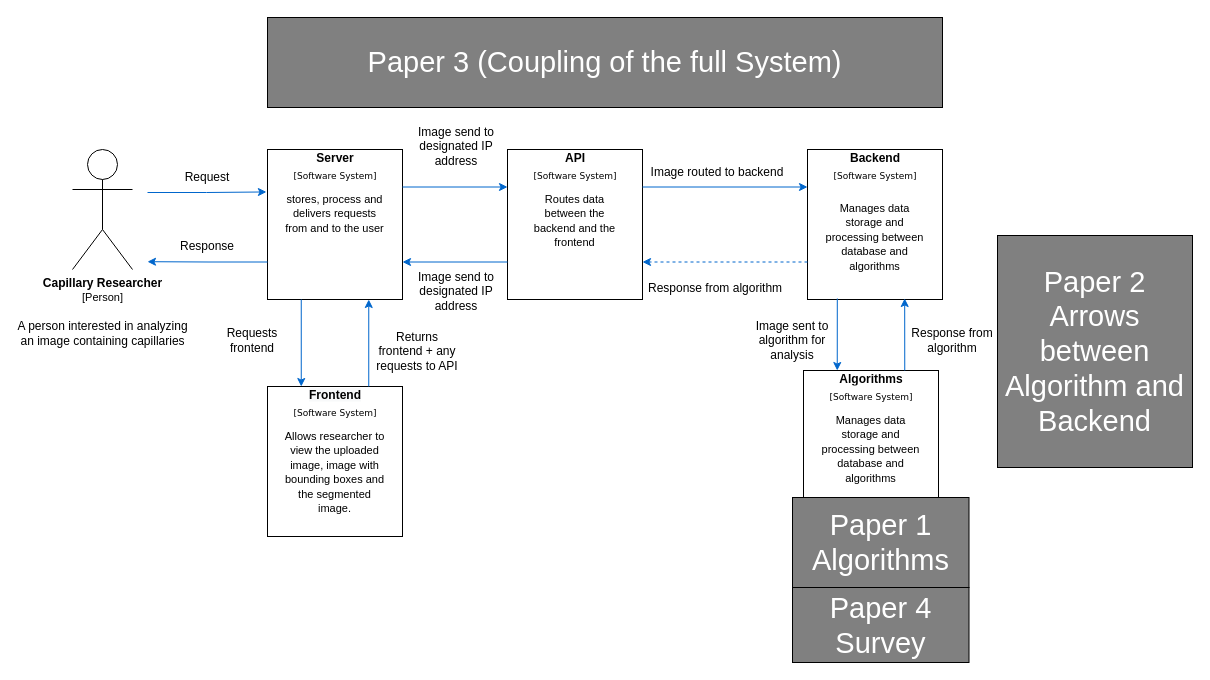
Before: page "SystemContext" (1 of 6) of diagram/paper4.drawio in magedhelmy1/capillarydetection, a draw.io diagram. Source tidied: cells renumbered, new cells numbered last; positions are measured from the earlier drawing's top-left corner, leaving out a move shared by most shapes. Both pictures are drawn from the tidied source at 100%, with x=0, y=0 at pixel (72, 17).
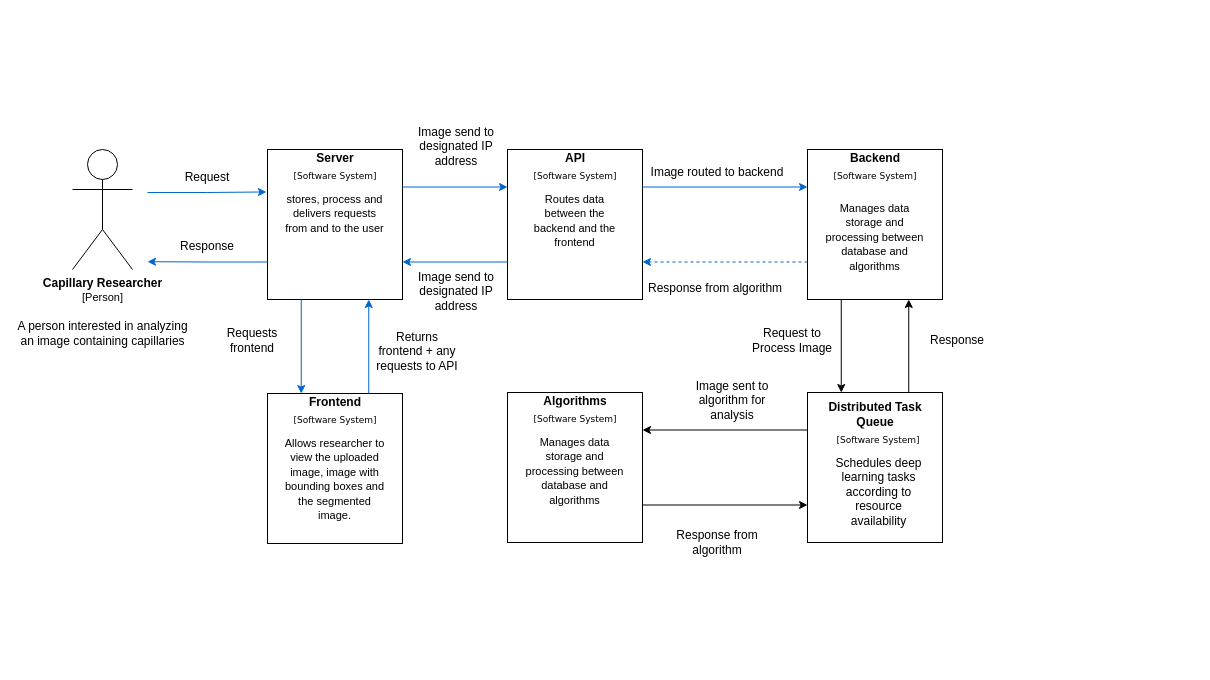
Above is the later version.

Unchanged cells that the change refers to:
```xml
<mxCell id="15" style="rounded=0;whiteSpace=wrap;html=1;" parent="14" vertex="1">
  <mxGeometry x="60" width="135" height="150" as="geometry" />
</mxCell>
<mxCell id="22" style="rounded=0;whiteSpace=wrap;html=1;" parent="21" vertex="1">
  <mxGeometry width="135" height="150" as="geometry" />
</mxCell>
```

Diff of the diagram source:
```diff
@@
     <mxCell id="3" style="group;" parent="1" vertex="1">
-      <mxGeometry x="195" y="369" width="135" height="150" as="geometry" />
+      <mxGeometry x="195" y="376" width="135" height="150" as="geometry" />
     </mxCell>
@@
     <mxCell id="21" style="group;fillColor=#dae8fc;strokeColor=#6c8ebf;" parent="1" vertex="1">
-      <mxGeometry x="731" y="353" width="135" height="150" as="geometry" />
+      <mxGeometry x="435" y="375" width="135" height="150" as="geometry" />
     </mxCell>
@@
     <mxCell id="29" value="Image sent to algorithm for analysis" style="text;html=1;strokeColor=none;fillColor=none;align=center;verticalAlign=middle;whiteSpace=wrap;rounded=0;" parent="1" vertex="1">
-      <mxGeometry x="675" y="293" width="90" height="60" as="geometry" />
+      <mxGeometry x="615" y="353" width="90" height="60" as="geometry" />
     </mxCell>
@@
-    <mxCell id="43" style="edgeStyle=none;rounded=0;jettySize=auto;html=1;exitX=0.25;exitY=1;exitDx=0;exitDy=0;entryX=0.25;entryY=0;entryDx=0;entryDy=0;fontFamily=Verdana;fontSize=9;fontColor=#FFFFFF;startArrow=none;startFill=0;strokeColor=#0066CC;fillColor=#0066CC;" parent="1" edge="1" target="22">
-      <mxGeometry relative="1" as="geometry">
-        <mxPoint x="764.8" y="281" as="sourcePoint" />
-      </mxGeometry>
-    </mxCell>
-    <mxCell id="44" style="edgeStyle=none;rounded=0;jettySize=auto;html=1;exitX=0.75;exitY=0;exitDx=0;exitDy=0;entryX=0.75;entryY=1;entryDx=0;entryDy=0;fontFamily=Verdana;fontSize=9;fontColor=#FFFFFF;startArrow=none;startFill=0;strokeColor=#0066CC;fillColor=#0066CC;" parent="1" edge="1" source="22">
-      <mxGeometry relative="1" as="geometry">
-        <mxPoint x="832.2" y="281" as="targetPoint" />
-      </mxGeometry>
-    </mxCell>
     <mxCell id="45" value="Response from algorithm" style="text;html=1;strokeColor=none;fillColor=none;align=center;verticalAlign=middle;whiteSpace=wrap;rounded=0;" parent="1" vertex="1">
-      <mxGeometry x="835" y="293" width="90" height="60" as="geometry" />
+      <mxGeometry x="600" y="495" width="90" height="60" as="geometry" />
     </mxCell>
@@
-    <mxCell id="49" value="Paper 1&lt;br&gt;Algorithms" style="rounded=0;whiteSpace=wrap;html=1;fontSize=29;fillColor=#808080;fontColor=#FFFFFF;" parent="1" vertex="1">
-      <mxGeometry x="720" y="480" width="176.5" height="90" as="geometry" />
-    </mxCell>
-    <mxCell id="50" value="Paper 2&lt;br&gt;Arrows between Algorithm and Backend" style="rounded=0;whiteSpace=wrap;html=1;fontSize=29;fillColor=#808080;fontColor=#FFFFFF;" parent="1" vertex="1">
-      <mxGeometry x="925" y="218" width="195" height="232" as="geometry" />
-    </mxCell>
-    <mxCell id="51" value="Paper 3 (Coupling of the full System)" style="rounded=0;whiteSpace=wrap;html=1;fontSize=29;fillColor=#808080;fontColor=#FFFFFF;" parent="1" vertex="1">
-      <mxGeometry x="195" width="675" height="90" as="geometry" />
-    </mxCell>
-    <mxCell id="52" value="Paper 4&lt;br&gt;Survey" style="rounded=0;whiteSpace=wrap;html=1;fontSize=29;fillColor=#808080;fontColor=#FFFFFF;" parent="1" vertex="1">
-      <mxGeometry x="720" y="570" width="176.5" height="75" as="geometry" />
-    </mxCell>
+    <mxCell id="53" style="group;" parent="1" vertex="1">
+      <mxGeometry x="735" y="375" width="135" height="150" as="geometry" />
+    </mxCell>
+    <mxCell id="54" style="rounded=0;whiteSpace=wrap;html=1;" parent="53" vertex="1">
+      <mxGeometry width="135" height="150" as="geometry" />
+    </mxCell>
+    <mxCell id="55" style="group;" parent="53" vertex="1">
+      <mxGeometry x="7.5" y="15" width="127.5" height="134" as="geometry" />
+    </mxCell>
+    <mxCell id="56" value="&lt;b&gt;Distributed Task Queue&lt;/b&gt;" style="rounded=0;whiteSpace=wrap;html=1;strokeColor=none;" parent="55" vertex="1">
+      <mxGeometry width="120" height="14" as="geometry" />
+    </mxCell>
+    <mxCell id="57" value="&lt;font style=&quot;font-size: 9px;&quot;&gt;[Software System]&lt;/font&gt;" style="rounded=0;whiteSpace=wrap;html=1;strokeColor=none;verticalAlign=top;fontFamily=Verdana;fontSize=9;" parent="53" vertex="1">
+      <mxGeometry x="26.2" y="36" width="90" height="30" as="geometry" />
+    </mxCell>
+    <mxCell id="58" value="Schedules deep learning tasks according to resource availability" style="rounded=0;whiteSpace=wrap;html=1;strokeColor=none;labelPosition=center;verticalLabelPosition=middle;align=center;verticalAlign=top;textDirection=ltr;" parent="53" vertex="1">
+      <mxGeometry x="18.8" y="57" width="105" height="85" as="geometry" />
+    </mxCell>
+    <mxCell id="59" style="edgeStyle=orthogonalEdgeStyle;rounded=0;jettySize=auto;html=1;exitX=1;exitY=0.75;exitDx=0;exitDy=0;entryX=0;entryY=0.75;entryDx=0;entryDy=0;" parent="1" edge="1" source="22" target="54">
+      <mxGeometry relative="1" as="geometry" />
+    </mxCell>
+    <mxCell id="60" style="edgeStyle=orthogonalEdgeStyle;rounded=0;jettySize=auto;html=1;exitX=0;exitY=0.25;exitDx=0;exitDy=0;entryX=1;entryY=0.25;entryDx=0;entryDy=0;" parent="1" edge="1" source="54" target="22">
+      <mxGeometry relative="1" as="geometry" />
+    </mxCell>
+    <mxCell id="61" style="edgeStyle=orthogonalEdgeStyle;rounded=0;jettySize=auto;html=1;exitX=0.25;exitY=1;exitDx=0;exitDy=0;entryX=0.25;entryY=0;entryDx=0;entryDy=0;" parent="1" edge="1" source="15" target="54">
+      <mxGeometry relative="1" as="geometry" />
+    </mxCell>
+    <mxCell id="62" style="edgeStyle=orthogonalEdgeStyle;rounded=0;jettySize=auto;html=1;exitX=0.75;exitY=0;exitDx=0;exitDy=0;entryX=0.75;entryY=1;entryDx=0;entryDy=0;" parent="1" edge="1" source="54" target="15">
+      <mxGeometry relative="1" as="geometry" />
+    </mxCell>
+    <mxCell id="63" value="Response" style="text;html=1;strokeColor=none;fillColor=none;align=center;verticalAlign=middle;whiteSpace=wrap;rounded=0;" parent="1" vertex="1">
+      <mxGeometry x="840" y="293" width="90" height="60" as="geometry" />
+    </mxCell>
+    <mxCell id="64" value="Request to Process Image" style="text;html=1;strokeColor=none;fillColor=none;align=center;verticalAlign=middle;whiteSpace=wrap;rounded=0;" parent="1" vertex="1">
+      <mxGeometry x="675" y="293" width="90" height="60" as="geometry" />
+    </mxCell>
```
